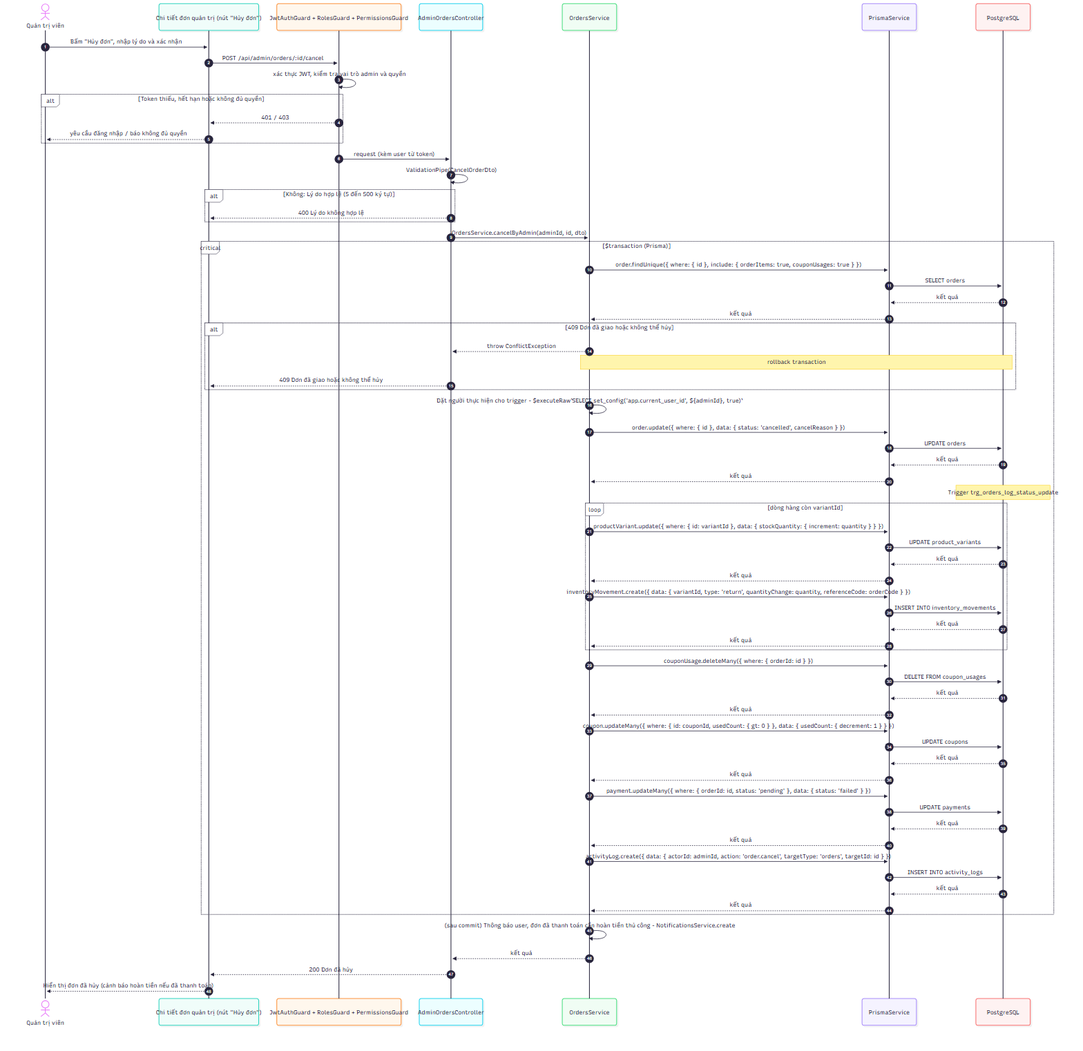
The Mermaid diagram docs/diagrams/png/sequence_UC-ADM-22_huy-don-hang-quan-tri.png in 2431540234-arch/XDUDTMDT, before a commit. Its source is kept beside it as docs/diagrams/src/sequence_UC-ADM-22_huy-don-hang-quan-tri.mmd. Its diagram source:
```mermaid
sequenceDiagram
    autonumber
    actor A as Quản trị viên
    participant FE as Chi tiết đơn quản trị (nút "Hủy đơn")
    participant G as JwtAuthGuard + RolesGuard + PermissionsGuard
    participant C as AdminOrdersController
    participant S as OrdersService
    participant P as PrismaService
    participant D as PostgreSQL
    A->>FE: Bấm "Hủy đơn", nhập lý do và xác nhận
    FE->>G: POST /api/admin/orders/:id/cancel
    G->>G: xác thực JWT, kiểm tra vai trò admin và quyền
    alt Token thiếu, hết hạn hoặc không đủ quyền
        G-->>FE: 401 / 403
        FE-->>A: yêu cầu đăng nhập / báo không đủ quyền
    end
    G->>C: request (kèm user từ token)
    C->>C: ValidationPipe(CancelOrderDto)
    alt Không: Lý do hợp lệ (5 đến 500 ký tự)
        C-->>FE: 400 Lý do không hợp lệ
    end
    C->>S: OrdersService.cancelByAdmin(adminId, id, dto)
    critical $transaction (Prisma)
        S->>P: order.findUnique({ where: { id }, include: { orderItems: true, couponUsages: true } })
        P->>D: SELECT orders
        D-->>P: kết quả
        P-->>S: kết quả
        alt 409 Đơn đã giao hoặc không thể hủy
            S-->>C: throw ConflictException
            Note over S,D: rollback transaction
            C-->>FE: 409 Đơn đã giao hoặc không thể hủy
        end
        S->>S: Đặt người thực hiện cho trigger - $executeRaw`SELECT set_config('app.current_user_id', ${adminId}, true)`
        S->>P: order.update({ where: { id }, data: { status: 'cancelled', cancelReason } })
        P->>D: UPDATE orders
        D-->>P: kết quả
        P-->>S: kết quả
        Note over D: Trigger trg_orders_log_status_update
        loop dòng hàng còn variantId
            S->>P: productVariant.update({ where: { id: variantId }, data: { stockQuantity: { increment: quantity } } })
            P->>D: UPDATE product_variants
            D-->>P: kết quả
            P-->>S: kết quả
            S->>P: inventoryMovement.create({ data: { variantId, type: 'return', quantityChange: quantity, referenceCode: orderCode } })
            P->>D: INSERT INTO inventory_movements
            D-->>P: kết quả
            P-->>S: kết quả
        end
        S->>P: couponUsage.deleteMany({ where: { orderId: id } })
        P->>D: DELETE FROM coupon_usages
        D-->>P: kết quả
        P-->>S: kết quả
        S->>P: coupon.updateMany({ where: { id: couponId, usedCount: { gt: 0 } }, data: { usedCount: { decrement: 1 } } })
        P->>D: UPDATE coupons
        D-->>P: kết quả
        P-->>S: kết quả
        S->>P: payment.updateMany({ where: { orderId: id, status: 'pending' }, data: { status: 'failed' } })
        P->>D: UPDATE payments
        D-->>P: kết quả
        P-->>S: kết quả
        S->>P: activityLog.create({ data: { actorId: adminId, action: 'order.cancel', targetType: 'orders', targetId: id } })
        P->>D: INSERT INTO activity_logs
        D-->>P: kết quả
        P-->>S: kết quả
    end
    S->>S: (sau commit) Thông báo user, đơn đã thanh toán cần hoàn tiền thủ công - NotificationsService.create
    S-->>C: kết quả
    C-->>FE: 200 Đơn đã hủy
    FE-->>A: Hiển thị đơn đã hủy (cảnh báo hoàn tiền nếu đã thanh toán)
```
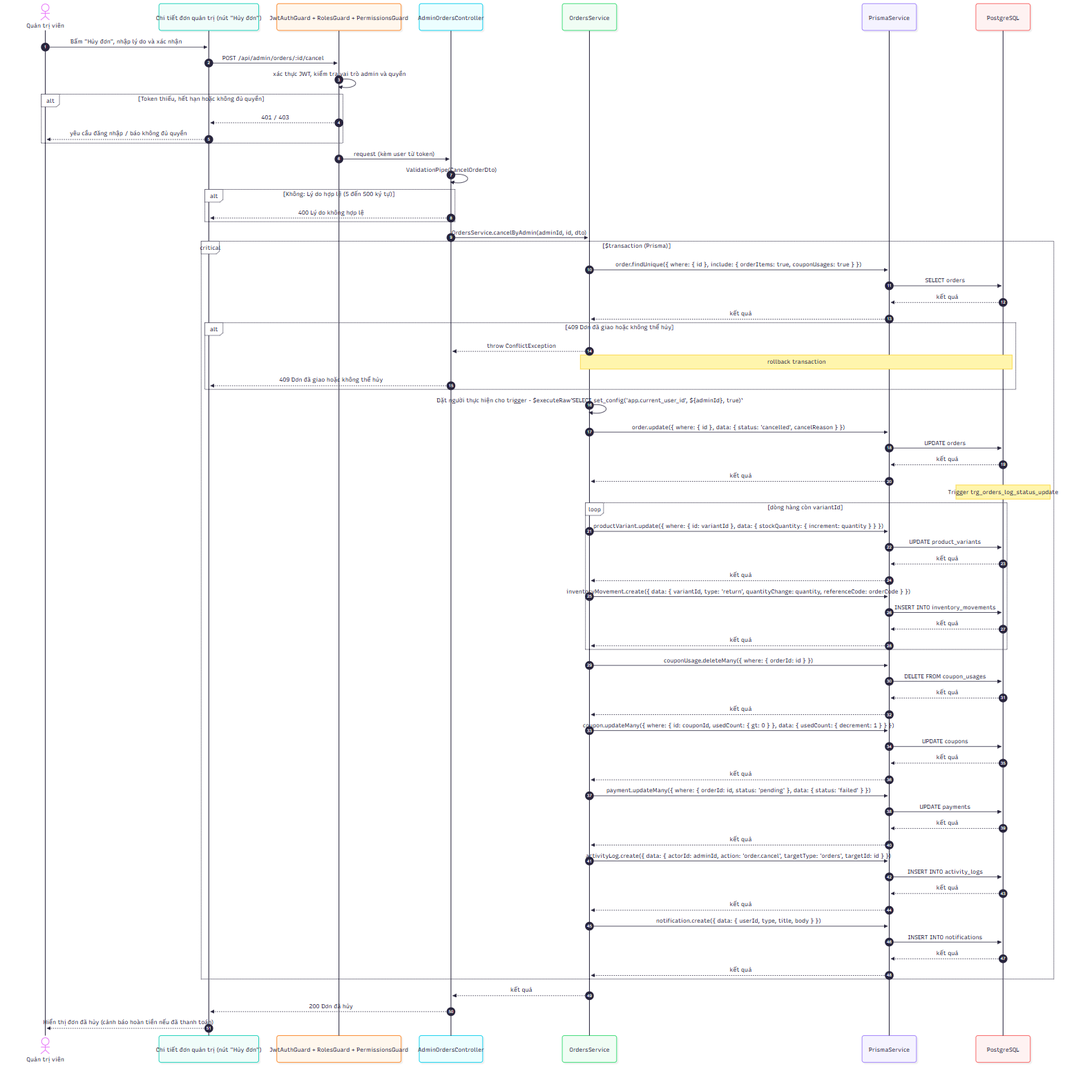
Above is the later version.

What changed in the source:
```diff
@@ -62,8 +62,11 @@
         P->>D: INSERT INTO activity_logs
         D-->>P: kết quả
         P-->>S: kết quả
+        S->>P: notification.create({ data: { userId, type, title, body } })
+        P->>D: INSERT INTO notifications
+        D-->>P: kết quả
+        P-->>S: kết quả
     end
-    S->>S: (sau commit) Thông báo user, đơn đã thanh toán cần hoàn tiền thủ công - NotificationsService.create
     S-->>C: kết quả
     C-->>FE: 200 Đơn đã hủy
     FE-->>A: Hiển thị đơn đã hủy (cảnh báo hoàn tiền nếu đã thanh toán)
```
